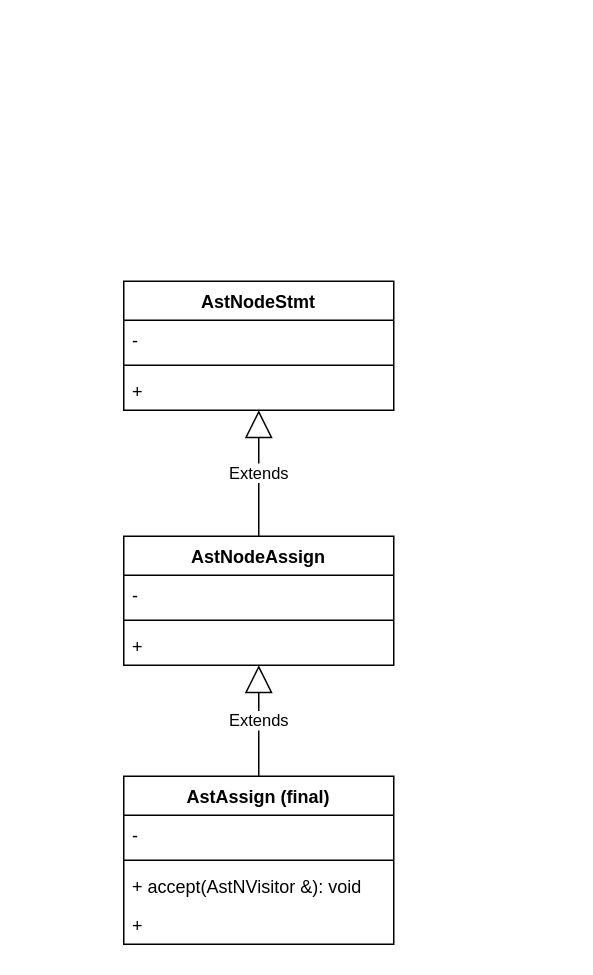
This is verilator_digrams/AstNodeStmt.drawio from Dercury/CLDK, a draw.io file, before an edit. Source tidied: cells renumbered, new cells numbered last; positions are measured from the earlier drawing's top-left corner, leaving out a move shared by most shapes. Both pictures are drawn from the tidied source at 150%, with x=0, y=0 at pixel (123, 280).
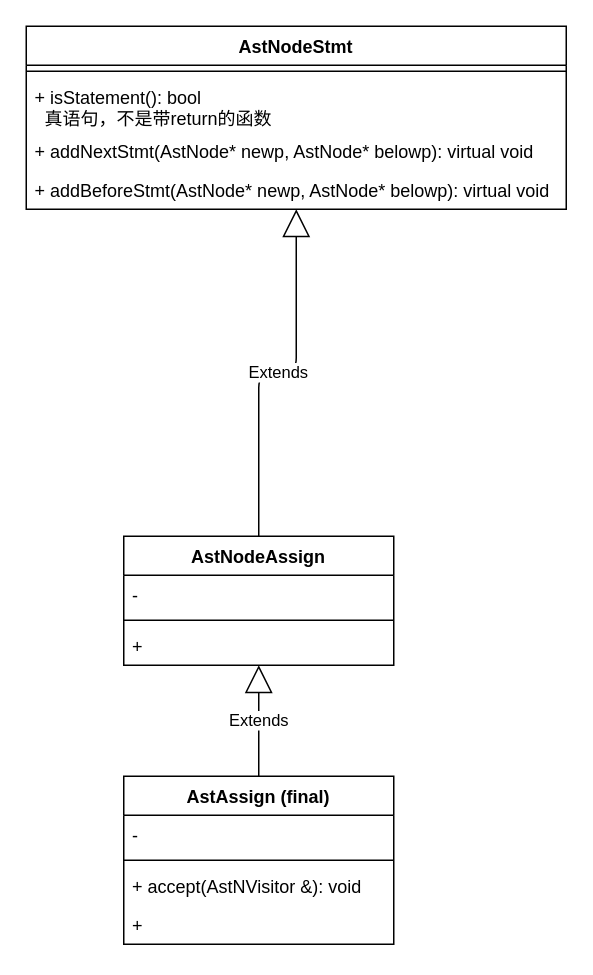
After the change.

What changed in the source:
```diff
@@
 <mxGraphModel>
   <root>
     <mxCell id="0" />
     <mxCell id="1" parent="0" />
     <mxCell id="2" value="AstNodeStmt" style="swimlane;fontStyle=1;align=center;verticalAlign=top;horizontal=1;startSize=26;" parent="1" vertex="1">
-      <mxGeometry width="180" height="86" as="geometry" />
+      <mxGeometry x="-65" y="-170" width="360" height="122" as="geometry" />
     </mxCell>
-    <mxCell id="3" value="- " style="text;strokeColor=none;fillColor=none;align=left;verticalAlign=top;spacingLeft=4;spacingRight=4;overflow=hidden;" parent="2" vertex="1">
-      <mxGeometry y="26" width="180" height="26" as="geometry" />
-    </mxCell>
     <mxCell id="4" style="line;strokeWidth=1;fillColor=none;align=left;verticalAlign=middle;spacingTop=-1;spacingLeft=3;spacingRight=3;labelPosition=right;" parent="2" vertex="1">
-      <mxGeometry y="52" width="180" height="8" as="geometry" />
+      <mxGeometry y="26" width="360" height="8" as="geometry" />
     </mxCell>
-    <mxCell id="5" value="+ " style="text;strokeColor=none;fillColor=none;align=left;verticalAlign=top;spacingLeft=4;spacingRight=4;overflow=hidden;" parent="2" vertex="1">
-      <mxGeometry y="60" width="180" height="26" as="geometry" />
+    <mxCell id="5" value="+ isStatement(): bool&#10;  真语句，不是带return的函数" style="text;strokeColor=none;fillColor=none;align=left;verticalAlign=top;spacingLeft=4;spacingRight=4;overflow=hidden;" parent="2" vertex="1">
+      <mxGeometry y="34" width="360" height="36" as="geometry" />
     </mxCell>
+    <mxCell id="17" value="+ addNextStmt(AstNode* newp, AstNode* belowp): virtual void" style="text;strokeColor=none;fillColor=none;align=left;verticalAlign=top;spacingLeft=4;spacingRight=4;overflow=hidden;" parent="2" vertex="1">
+      <mxGeometry y="70" width="360" height="26" as="geometry" />
+    </mxCell>
+    <mxCell id="18" value="+ addBeforeStmt(AstNode* newp, AstNode* belowp): virtual void" style="text;strokeColor=none;fillColor=none;align=left;verticalAlign=top;spacingLeft=4;spacingRight=4;overflow=hidden;" parent="2" vertex="1">
+      <mxGeometry y="96" width="360" height="26" as="geometry" />
+    </mxCell>
     <mxCell id="6" value="AstNodeAssign" style="swimlane;fontStyle=1;align=center;verticalAlign=top;horizontal=1;startSize=26;" parent="1" vertex="1">
       <mxGeometry y="170" width="180" height="86" as="geometry" />
     </mxCell>
     <mxCell id="7" value="- " style="text;strokeColor=none;fillColor=none;align=left;verticalAlign=top;spacingLeft=4;spacingRight=4;overflow=hidden;" parent="6" vertex="1">
       <mxGeometry y="26" width="180" height="26" as="geometry" />
     </mxCell>
     <mxCell id="8" style="line;strokeWidth=1;fillColor=none;align=left;verticalAlign=middle;spacingTop=-1;spacingLeft=3;spacingRight=3;labelPosition=right;" parent="6" vertex="1">
       <mxGeometry y="52" width="180" height="8" as="geometry" />
     </mxCell>
     <mxCell id="9" value="+ " style="text;strokeColor=none;fillColor=none;align=left;verticalAlign=top;spacingLeft=4;spacingRight=4;overflow=hidden;" parent="6" vertex="1">
       <mxGeometry y="60" width="180" height="26" as="geometry" />
     </mxCell>
     <mxCell id="10" value="Extends" style="endArrow=block;endSize=16;endFill=0;html=1;edgeStyle=orthogonalEdgeStyle;" parent="1" edge="1" source="6" target="2">
       <mxGeometry relative="1" as="geometry" />
     </mxCell>
     <mxCell id="11" value="AstAssign (final)" style="swimlane;fontStyle=1;align=center;verticalAlign=top;horizontal=1;startSize=26;" parent="1" vertex="1">
       <mxGeometry y="330" width="180" height="112" as="geometry" />
     </mxCell>
     <mxCell id="12" value="- " style="text;strokeColor=none;fillColor=none;align=left;verticalAlign=top;spacingLeft=4;spacingRight=4;overflow=hidden;" parent="11" vertex="1">
       <mxGeometry y="26" width="180" height="26" as="geometry" />
     </mxCell>
     <mxCell id="13" style="line;strokeWidth=1;fillColor=none;align=left;verticalAlign=middle;spacingTop=-1;spacingLeft=3;spacingRight=3;labelPosition=right;" parent="11" vertex="1">
       <mxGeometry y="52" width="180" height="8" as="geometry" />
     </mxCell>
     <mxCell id="14" value="+ accept(AstNVisitor &amp;): void" style="text;strokeColor=none;fillColor=none;align=left;verticalAlign=top;spacingLeft=4;spacingRight=4;overflow=hidden;" parent="11" vertex="1">
       <mxGeometry y="60" width="180" height="26" as="geometry" />
     </mxCell>
     <mxCell id="15" value="+ " style="text;strokeColor=none;fillColor=none;align=left;verticalAlign=top;spacingLeft=4;spacingRight=4;overflow=hidden;" parent="11" vertex="1">
       <mxGeometry y="86" width="180" height="26" as="geometry" />
     </mxCell>
     <mxCell id="16" value="Extends" style="endArrow=block;endSize=16;endFill=0;html=1;edgeStyle=orthogonalEdgeStyle;exitX=0.5;exitY=0;exitDx=0;exitDy=0;" parent="1" edge="1" source="11" target="6">
       <mxGeometry relative="1" as="geometry" />
     </mxCell>
   </root>
 </mxGraphModel>
```
